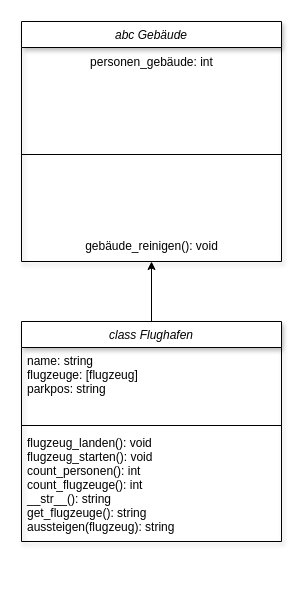
This is page "Flughafen" (2 of 2) of Klassendiagramm.drawio from sstreichan/ProjektFlugzeug, a draw.io file, before an edit. Source tidied: cells renumbered, new cells numbered last; positions are measured from the earlier drawing's top-left corner, leaving out a move shared by most shapes. Both pictures are drawn from the tidied source at 100%, with x=0, y=0 at pixel (21, 21).
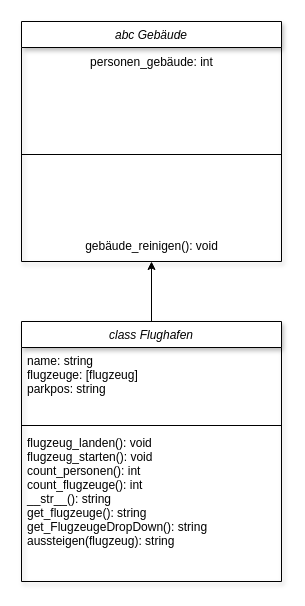
The same diagram, later.

Change to the diagram source:
```diff
@@
 <mxGraphModel>
   <root>
     <mxCell id="0" />
     <mxCell id="1" parent="0" />
     <mxCell id="2" style="edgeStyle=none;html=1;" parent="1" edge="1" source="3" target="10">
       <mxGeometry relative="1" as="geometry" />
     </mxCell>
     <mxCell id="3" value="class Flughafen" style="swimlane;fontStyle=2;align=center;verticalAlign=top;horizontal=1;startSize=26;rounded=0;shadow=1;strokeWidth=1;" parent="1" vertex="1">
-      <mxGeometry y="300" width="260" height="220" as="geometry" />
+      <mxGeometry y="300" width="260" height="260" as="geometry" />
     </mxCell>
     <mxCell id="4" value="name: string&#10;flugzeuge: [flugzeug]&#10;parkpos: string&#10;" style="text;align=left;verticalAlign=top;spacingLeft=4;spacingRight=4;overflow=hidden;rounded=0;shadow=0;html=0;" parent="3" vertex="1">
       <mxGeometry y="26" width="260" height="74" as="geometry" />
     </mxCell>
     <mxCell id="5" style="line;html=1;strokeWidth=1;align=left;verticalAlign=middle;spacingTop=-1;spacingLeft=3;spacingRight=3;labelPosition=right;" parent="3" vertex="1">
       <mxGeometry y="100" width="260" height="8" as="geometry" />
     </mxCell>
-    <mxCell id="6" value="flugzeug_landen(): void&#10;flugzeug_starten(): void&#10;count_personen(): int&#10;count_flugzeuge(): int&#10;__str__(): string&#10;get_flugzeuge(): string&#10;aussteigen(flugzeug): string" style="text;align=left;verticalAlign=top;spacingLeft=4;spacingRight=4;overflow=hidden;" parent="3" vertex="1">
-      <mxGeometry y="108" width="260" height="112" as="geometry" />
+    <mxCell id="6" value="flugzeug_landen(): void&#10;flugzeug_starten(): void&#10;count_personen(): int&#10;count_flugzeuge(): int&#10;__str__(): string&#10;get_flugzeuge(): string&#10;get_FlugzeugeDropDown(): string&#10;aussteigen(flugzeug): string" style="text;align=left;verticalAlign=top;spacingLeft=4;spacingRight=4;overflow=hidden;" parent="3" vertex="1">
+      <mxGeometry y="108" width="260" height="142" as="geometry" />
     </mxCell>
     <mxCell id="7" value="abc Gebäude" style="swimlane;fontStyle=2;align=center;verticalAlign=top;horizontal=1;startSize=26;rounded=0;shadow=1;strokeWidth=1;" parent="1" vertex="1">
       <mxGeometry width="260" height="240" as="geometry" />
     </mxCell>
     <mxCell id="8" value="&lt;span style=&quot;text-align: left;&quot;&gt;personen_gebäude: int&lt;/span&gt;" style="text;html=1;align=center;verticalAlign=middle;strokeColor=none;fillColor=none;" parent="7" vertex="1">
       <mxGeometry y="26" width="260" height="30" as="geometry" />
     </mxCell>
     <mxCell id="9" style="line;html=1;strokeWidth=1;align=left;verticalAlign=middle;spacingTop=-1;spacingLeft=3;spacingRight=3;labelPosition=right;" parent="7" vertex="1">
       <mxGeometry y="56" width="260" height="154" as="geometry" />
     </mxCell>
     <mxCell id="10" value="gebäude_reinigen(): void" style="text;html=1;align=center;verticalAlign=middle;points=[];strokeColor=none;fillColor=none;" parent="7" vertex="1">
       <mxGeometry y="210" width="260" height="30" as="geometry" />
     </mxCell>
   </root>
 </mxGraphModel>
```
